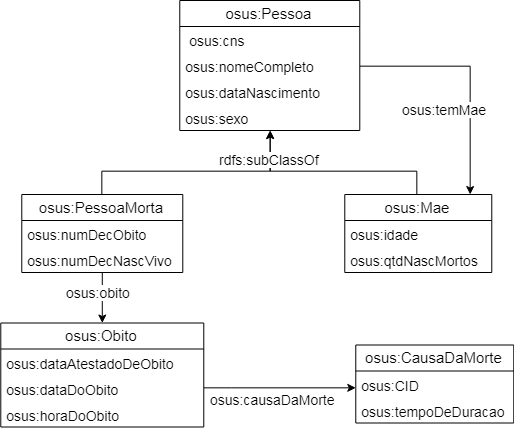
Before: img/sim.png, a diagram exported from draw.io (semanticSUS/semanticSUS). Source tidied: cells renumbered, new cells last; positions are measured from the earlier drawing's top-left corner, leaving out a move shared by most shapes.
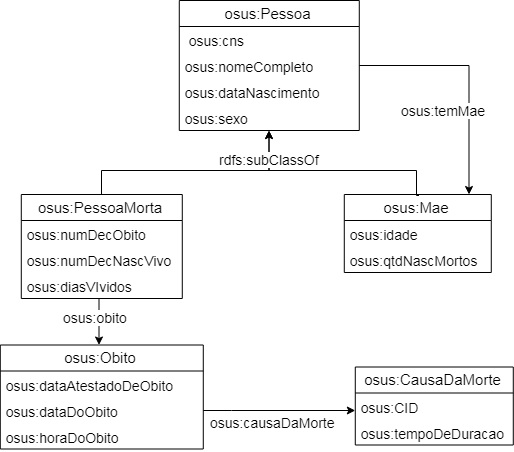
After the commit.

Diff of the diagram source:
```diff
@@ -56,7 +56,7 @@
       <mxGeometry y="104" width="180" height="26" as="geometry" />
     </mxCell>
     <mxCell id="14" value="osus:CausaDaMorte" style="swimlane;fontStyle=0;horizontal=1;startSize=26;fillColor=#ffffff;fontSize=15;" parent="1" vertex="1">
-      <mxGeometry x="355.3" y="344.5" width="158" height="78" as="geometry" />
+      <mxGeometry x="355.3" y="366.5" width="158" height="78" as="geometry" />
     </mxCell>
     <mxCell id="15" value="osus:CID&#10;" style="text;strokeColor=none;fillColor=none;align=left;verticalAlign=top;spacingLeft=4;spacingRight=4;overflow=hidden;fontSize=14;" parent="14" vertex="1">
       <mxGeometry y="26" width="158" height="26" as="geometry" />
@@ -64,7 +64,7 @@
     <mxCell id="16" value="osus:tempoDeDuracao&#10;" style="text;strokeColor=none;fillColor=none;align=left;verticalAlign=top;spacingLeft=4;spacingRight=4;overflow=hidden;fontSize=14;" parent="14" vertex="1">
       <mxGeometry y="52" width="158" height="26" as="geometry" />
     </mxCell>
-    <mxCell id="17" style="edgeStyle=orthogonalEdgeStyle;rounded=0;html=1;jettySize=auto;fontSize=14;" parent="1" edge="1" source="19" target="24">
+    <mxCell id="17" style="edgeStyle=orthogonalEdgeStyle;rounded=0;html=1;jettySize=auto;fontSize=14;" parent="1" edge="1" source="19" target="25">
       <mxGeometry relative="1" as="geometry">
         <Array as="points">
           <mxPoint x="100" y="337.5" />
@@ -78,7 +78,7 @@
       </mxGeometry>
     </mxCell>
     <mxCell id="19" value="osus:PessoaMorta" style="swimlane;fontStyle=0;horizontal=1;startSize=26;fillColor=#ffffff;fontSize=15;" parent="1" vertex="1">
-      <mxGeometry x="21.3" y="194" width="161" height="78" as="geometry" />
+      <mxGeometry x="21.3" y="194" width="161" height="104" as="geometry" />
     </mxCell>
     <mxCell id="20" value="osus:numDecObito&#10;" style="text;strokeColor=none;fillColor=none;align=left;verticalAlign=top;spacingLeft=4;spacingRight=4;overflow=hidden;fontSize=14;" parent="19" vertex="1">
       <mxGeometry y="26" width="161" height="26" as="geometry" />
@@ -86,35 +86,38 @@
     <mxCell id="21" value="osus:numDecNascVivo" style="text;strokeColor=none;fillColor=none;align=left;verticalAlign=top;spacingLeft=4;spacingRight=4;overflow=hidden;fontSize=14;" parent="19" vertex="1">
       <mxGeometry y="52" width="161" height="26" as="geometry" />
     </mxCell>
-    <mxCell id="22" style="edgeStyle=orthogonalEdgeStyle;rounded=0;html=1;jettySize=auto;fontSize=14;" parent="1" edge="1" source="24" target="14">
-      <mxGeometry relative="1" as="geometry">
-        <Array as="points">
-          <mxPoint x="231" y="387.5" />
-          <mxPoint x="231" y="387.5" />
-        </Array>
-      </mxGeometry>
+    <mxCell id="22" value="osus:diasVIvidos" style="text;strokeColor=none;fillColor=none;align=left;verticalAlign=top;spacingLeft=4;spacingRight=4;overflow=hidden;fontSize=14;" parent="19" vertex="1">
+      <mxGeometry y="78" width="161" height="26" as="geometry" />
     </mxCell>
-    <mxCell id="23" value="osus:causaDaMorte" style="text;html=1;align=center;verticalAlign=middle;labelBackgroundColor=#ffffff;fontSize=14;" parent="22" vertex="1">
-      <mxGeometry x="-0.28" y="-3" relative="1" as="geometry">
-        <mxPoint x="13" y="8" as="offset" />
+    <mxCell id="23" style="edgeStyle=orthogonalEdgeStyle;rounded=0;html=1;jettySize=auto;fontSize=14;" parent="1" edge="1" source="25" target="14">
+      <mxGeometry relative="1" as="geometry">
+        <Array as="points">
+          <mxPoint x="231" y="409.5" />
+          <mxPoint x="231" y="409.5" />
+        </Array>
       </mxGeometry>
     </mxCell>
-    <mxCell id="24" value="osus:Obito" style="swimlane;fontStyle=0;horizontal=1;startSize=26;fillColor=#ffffff;fontSize=15;" parent="1" vertex="1">
-      <mxGeometry x="0.3" y="322.5" width="203" height="104" as="geometry" />
+    <mxCell id="24" value="osus:causaDaMorte" style="text;html=1;points=[];align=center;verticalAlign=middle;labelBackgroundColor=#ffffff;fontSize=14;" parent="23" vertex="1">
+      <mxGeometry x="-0.28" y="-3" relative="1" as="geometry">
+        <mxPoint x="13" y="8" as="offset" />
+      </mxGeometry>
     </mxCell>
-    <mxCell id="25" value="osus:dataAtestadoDeObito&#10;" style="text;strokeColor=none;fillColor=none;align=left;verticalAlign=top;spacingLeft=4;spacingRight=4;overflow=hidden;points=[[0,0.5],[1,0.5]];portConstraint=eastwest;fontSize=14;" parent="24" vertex="1">
-      <mxGeometry y="26" width="203" height="26" as="geometry" />
+    <mxCell id="25" value="osus:Obito" style="swimlane;fontStyle=0;horizontal=1;startSize=26;fillColor=#ffffff;fontSize=15;" parent="1" vertex="1">
+      <mxGeometry x="0.3" y="344.5" width="203" height="104" as="geometry" />
     </mxCell>
-    <mxCell id="26" value="osus:dataDoObito&#10;" style="text;strokeColor=none;fillColor=none;align=left;verticalAlign=top;spacingLeft=4;spacingRight=4;overflow=hidden;fontSize=14;" parent="24" vertex="1">
-      <mxGeometry y="52" width="203" height="26" as="geometry" />
+    <mxCell id="26" value="osus:dataAtestadoDeObito&#10;" style="text;strokeColor=none;fillColor=none;align=left;verticalAlign=top;spacingLeft=4;spacingRight=4;overflow=hidden;fontSize=14;" parent="25" vertex="1">
+      <mxGeometry y="26" width="203" height="26" as="geometry" />
     </mxCell>
-    <mxCell id="27" value="osus:horaDoObito&#10;" style="text;strokeColor=none;fillColor=none;align=left;verticalAlign=top;spacingLeft=4;spacingRight=4;overflow=hidden;fontSize=14;" parent="24" vertex="1">
-      <mxGeometry y="78" width="203" height="26" as="geometry" />
+    <mxCell id="27" value="osus:dataDoObito&#10;" style="text;strokeColor=none;fillColor=none;align=left;verticalAlign=top;spacingLeft=4;spacingRight=4;overflow=hidden;fontSize=14;" parent="25" vertex="1">
+      <mxGeometry y="52" width="203" height="26" as="geometry" />
     </mxCell>
-    <mxCell id="28" value="rdfs:subClassOf" style="text;html=1;align=center;verticalAlign=middle;labelBackgroundColor=#ffffff;fontSize=14;" parent="1" vertex="1">
-      <mxGeometry x="269.5" y="170" as="geometry">
-        <mxPoint x="-1" y="-12" as="offset" />
-      </mxGeometry>
+    <mxCell id="28" value="osus:horaDoObito&#10;" style="text;strokeColor=none;fillColor=none;align=left;verticalAlign=top;spacingLeft=4;spacingRight=4;overflow=hidden;fontSize=14;" parent="25" vertex="1">
+      <mxGeometry y="78" width="203" height="26" as="geometry" />
     </mxCell>
+    <mxCell id="29" value="rdfs:subClassOf" style="text;html=1;align=center;verticalAlign=middle;labelBackgroundColor=#ffffff;fontSize=14;" parent="1" vertex="1">
+      <mxGeometry x="269.5" y="170" as="geometry">
+        <mxPoint x="-1" y="-12" as="offset" />
+      </mxGeometry>
+    </mxCell>
   </root>
 </mxGraphModel>
```
